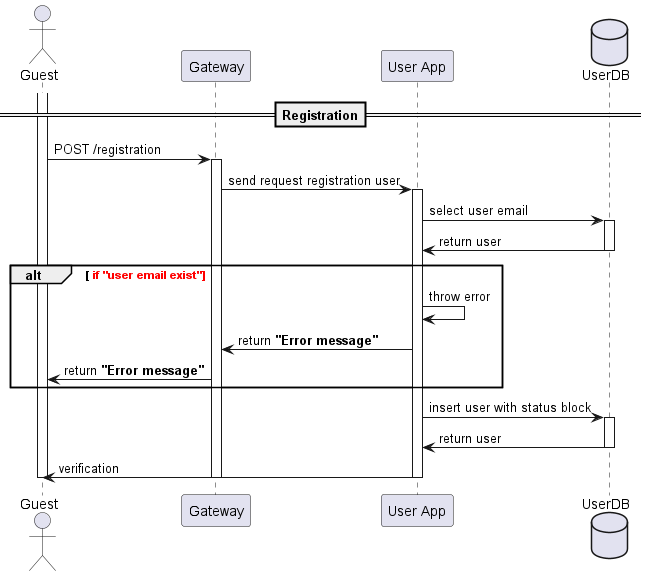
Earlier version of the PlantUML export image/registration.png (OlgaDobrodey/sequence-diagram). Its diagram source:
```plantuml
@startuml

actor "Guest" as user
participant "Gateway" as gw
participant "User App" as us

database "UserDB" as ub


==Registration==

    activate user
user -> gw: POST /registration
    activate gw
gw -> us: send request registration user
    activate us
us -> ub: select user email
    activate ub
ub -> us: return user
    deactivate ub
alt <font color=red> if "user email exist"
us -> us : throw error
us -> gw: return <b>"Error message"
gw -> user: return <b>"Error message"
end

us -> ub: insert user with status block
    activate ub
ub-> us: return user
    deactivate ub
us -> user: verification
deactivate us
deactivate gw
deactivate user

@enduml
```
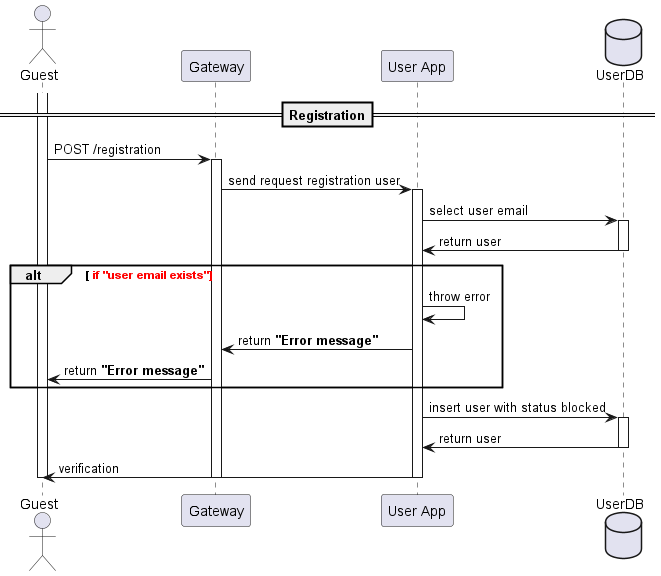
The same diagram one commit later.

Change to the diagram source:
```diff
@@ -18,13 +18,13 @@
     activate ub
 ub -> us: return user
     deactivate ub
-alt <font color=red> if "user email exist"
+alt <font color=red> if "user email exists"
 us -> us : throw error
 us -> gw: return <b>"Error message"
 gw -> user: return <b>"Error message"
 end
 
-us -> ub: insert user with status block
+us -> ub: insert user with status blocked
     activate ub
 ub-> us: return user
     deactivate ub
```
